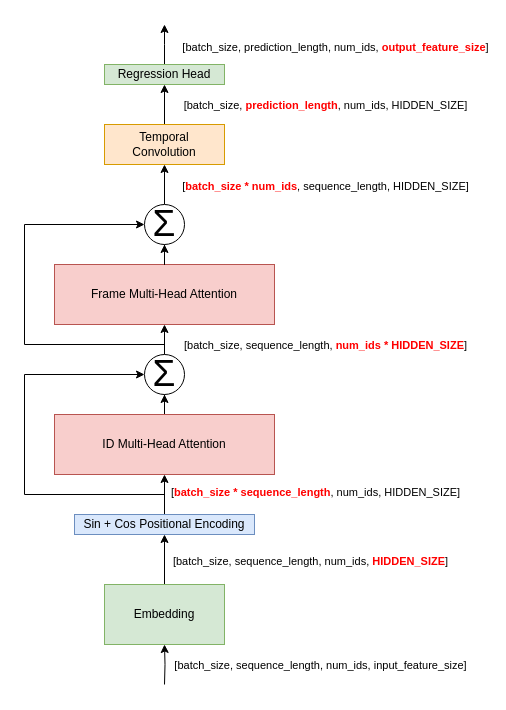
Mand187/Deep-Learning-Project keeps this draw.io diagram as NextNet/NextNet.drawio. Above is the earlier version. Source tidied: cells renumbered, new cells numbered last; positions are measured from the earlier drawing's top-left corner, leaving out a move shared by most shapes. Both pictures are drawn from the tidied source at 100%, with x=0, y=0 at pixel (24, 24).
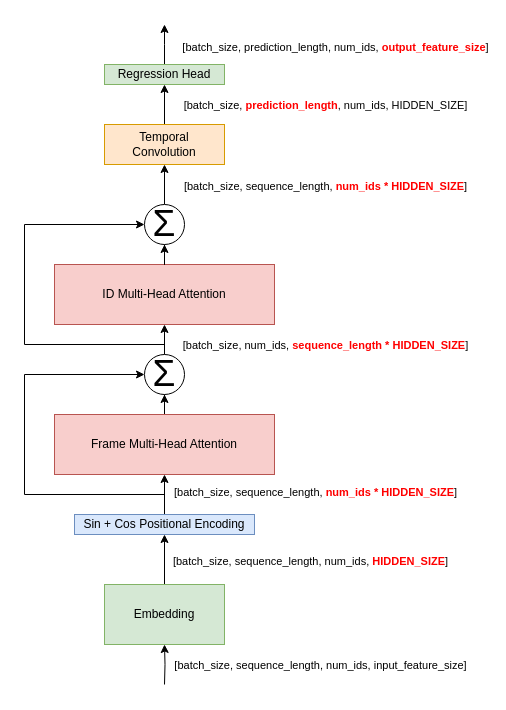
The same page after the edit.

The change refers to these unchanged cells:
```xml
<mxCell id="7" style="edgeStyle=orthogonalEdgeStyle;rounded=0;jettySize=auto;html=1;" parent="1" edge="1" source="10" target="12">
  <mxGeometry relative="1" as="geometry" />
</mxCell>
<mxCell id="13" style="edgeStyle=orthogonalEdgeStyle;rounded=0;jettySize=auto;html=1;" parent="1" edge="1" source="16" target="19">
  <mxGeometry relative="1" as="geometry" />
</mxCell>
<mxCell id="17" style="edgeStyle=orthogonalEdgeStyle;rounded=0;jettySize=auto;html=1;" parent="1" edge="1" source="27" target="22">
  <mxGeometry relative="1" as="geometry" />
</mxCell>
```

What changed in the source:
```diff
@@
-    <mxCell id="8" value="[&lt;font style=&quot;color: rgb(255, 0, 0);&quot;&gt;&lt;b&gt;batch_size * sequence_length&lt;/b&gt;&lt;/font&gt;,&amp;nbsp;num_ids, HIDDEN_SIZE]" style="edgeLabel;html=1;align=center;verticalAlign=middle;" parent="7" vertex="1">
+    <mxCell id="8" value="&lt;font&gt;[&lt;font style=&quot;color: rgb(0, 0, 0);&quot;&gt;batch_size, sequence_length&lt;/font&gt;,&amp;nbsp;&lt;b style=&quot;&quot;&gt;&lt;font style=&quot;color: rgb(255, 0, 0);&quot;&gt;num_ids * HIDDEN_SIZE&lt;/font&gt;&lt;/b&gt;]&lt;/font&gt;" style="edgeLabel;html=1;align=center;verticalAlign=middle;" parent="7" vertex="1">
       <mxGeometry x="0.14" y="2" relative="1" as="geometry">
         <mxPoint x="152" as="offset" />
       </mxGeometry>
     </mxCell>
@@
-    <mxCell id="12" value="ID Multi-Head Attention" style="whiteSpace=wrap;html=1;fillColor=#f8cecc;strokeColor=#b85450;rounded=0;" parent="1" vertex="1">
+    <mxCell id="12" value="Frame Multi-Head Attention" style="whiteSpace=wrap;html=1;fillColor=#f8cecc;strokeColor=#b85450;rounded=0;" parent="1" vertex="1">
       <mxGeometry x="30" y="390" width="220" height="60" as="geometry" />
     </mxCell>
@@
-    <mxCell id="14" value="[batch_size, sequence_length, &lt;b&gt;&lt;font style=&quot;color: rgb(255, 0, 0);&quot;&gt;num_ids * HIDDEN_SIZE&lt;/font&gt;&lt;/b&gt;]" style="edgeLabel;html=1;align=center;verticalAlign=middle;" parent="13" vertex="1">
+    <mxCell id="14" value="&lt;font&gt;&lt;font&gt;[batch_size,&amp;nbsp;&lt;/font&gt;&lt;font&gt;num_ids&lt;/font&gt;&lt;font&gt;, &lt;/font&gt;&lt;b style=&quot;&quot;&gt;&lt;font style=&quot;color: rgb(255, 0, 0);&quot;&gt;sequence_length *&lt;font&gt;&amp;nbsp;HIDDEN_SIZE&lt;/font&gt;&lt;/font&gt;&lt;/b&gt;&lt;font&gt;]&lt;/font&gt;&lt;/font&gt;" style="edgeLabel;html=1;align=center;verticalAlign=middle;" parent="13" vertex="1">
       <mxGeometry x="-0.08" relative="1" as="geometry">
         <mxPoint x="160" y="7" as="offset" />
       </mxGeometry>
     </mxCell>
@@
-    <mxCell id="18" value="&lt;div&gt;[&lt;b&gt;&lt;font style=&quot;color: rgb(255, 0, 0);&quot;&gt;batch_size * num_ids&lt;/font&gt;&lt;/b&gt;, sequence_length, HIDDEN_SIZE]&lt;/div&gt;" style="edgeLabel;html=1;align=center;verticalAlign=middle;" parent="17" vertex="1">
+    <mxCell id="18" value="&lt;div&gt;&lt;font&gt;&lt;font&gt;[&lt;font style=&quot;color: rgb(0, 0, 0);&quot;&gt;batch_size&lt;/font&gt;&lt;/font&gt;&lt;span style=&quot;background-color: light-dark(#ffffff, var(--ge-dark-color, #121212));&quot;&gt;&lt;font style=&quot;color: rgb(0, 0, 0);&quot;&gt;, &lt;/font&gt;sequence_length&lt;/span&gt;&lt;font style=&quot;background-color: light-dark(#ffffff, var(--ge-dark-color, #121212));&quot;&gt;&lt;font style=&quot;color: rgb(0, 0, 0);&quot;&gt;, &lt;/font&gt;&lt;b style=&quot;color: rgb(0, 0, 0);&quot;&gt;&lt;font style=&quot;color: rgb(255, 0, 0);&quot;&gt;num_ids *&lt;/font&gt;&lt;/b&gt;&lt;/font&gt;&lt;span style=&quot;background-color: light-dark(#ffffff, var(--ge-dark-color, #121212));&quot;&gt;&lt;b style=&quot;color: rgb(0, 0, 0);&quot;&gt;&lt;font style=&quot;color: rgb(255, 0, 0);&quot;&gt;&amp;nbsp;HIDDEN_SIZE&lt;/font&gt;&lt;/b&gt;&lt;font style=&quot;color: rgb(0, 0, 0);&quot;&gt;]&lt;/font&gt;&lt;/span&gt;&lt;/font&gt;&lt;/div&gt;" style="edgeLabel;html=1;align=center;verticalAlign=middle;" parent="17" vertex="1">
       <mxGeometry x="0.13" y="1" relative="1" as="geometry">
         <mxPoint x="161" y="4" as="offset" />
       </mxGeometry>
     </mxCell>
-    <mxCell id="19" value="Frame Multi-Head Attention" style="whiteSpace=wrap;html=1;fillColor=#f8cecc;strokeColor=#b85450;rounded=0;" parent="1" vertex="1">
+    <mxCell id="19" value="ID Multi-Head Attention" style="whiteSpace=wrap;html=1;fillColor=#f8cecc;strokeColor=#b85450;rounded=0;" parent="1" vertex="1">
       <mxGeometry x="30" y="240" width="220" height="60" as="geometry" />
     </mxCell>
```
